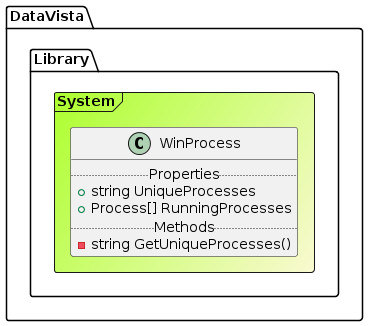
Before: Resources/Documents/Class Diagrams/WinProcess.png, a diagram exported from PlantUML (grimy86/DataVista).
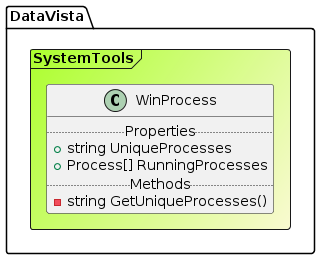
After the change.

What changed in the source:
```diff
@@ -1,6 +1,6 @@
 @startuml
 
-Frame DataVista.Library.System #GreenYellow/LightGoldenRodYellow{
+Frame DataVista.SystemTools #GreenYellow/LightGoldenRodYellow{
 class WinProcess {
 .. Properties ..
 + string UniqueProcesses
```
